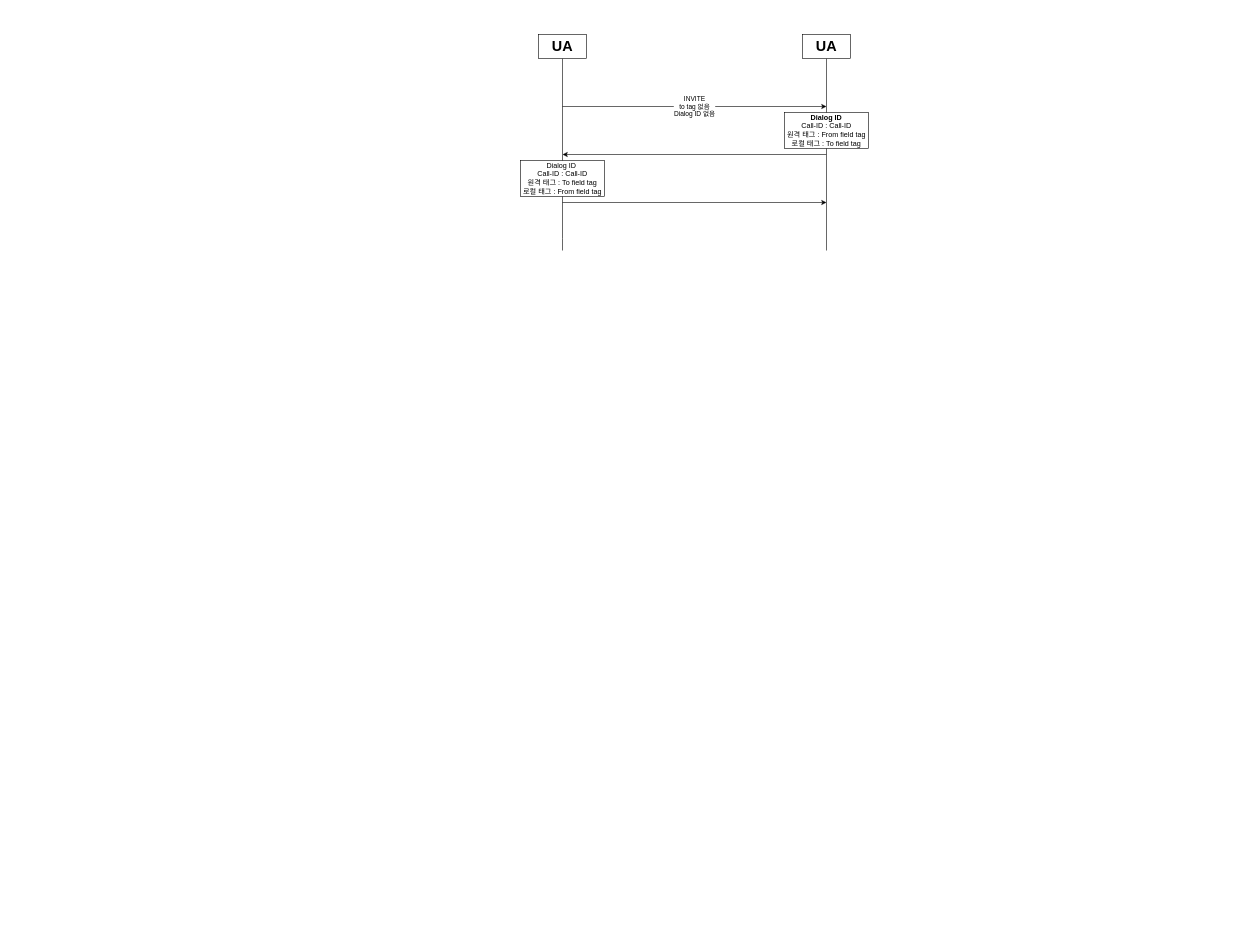
The draw.io diagram 12장 Dialog.drawio in JaeHyeon774/NEWTIL, before the edit. Source tidied: cells renumbered, new cells numbered last; positions are measured from the earlier drawing's top-left corner, leaving out a move shared by most shapes. Both pictures are drawn from the tidied source at 60%, with x=0, y=0 at pixel (520, 34).
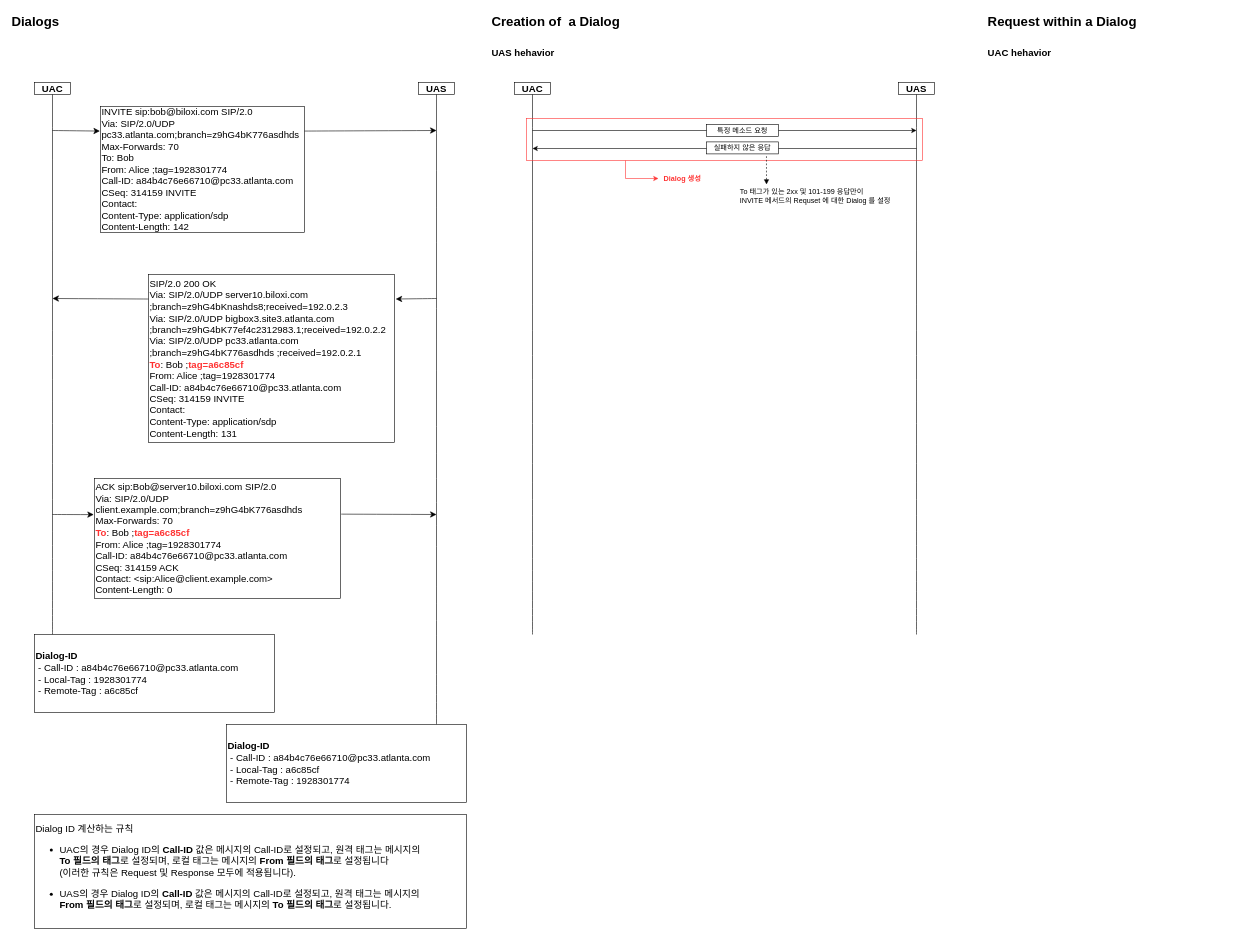
Above is the later version.

Commit message:
12장 Dialog.drawio 업데이트

Diff of the diagram source:
```diff
@@
-    <mxCell id="2" style="edgeStyle=orthogonalEdgeStyle;rounded=0;jettySize=auto;html=1;exitX=0.5;exitY=1;exitDx=0;exitDy=0;endArrow=none;endFill=0;" parent="1" edge="1" source="3">
-      <mxGeometry relative="1" as="geometry">
-        <mxPoint x="70" y="360" as="targetPoint" />
-        <Array as="points">
-          <mxPoint x="70" y="340" />
-          <mxPoint x="70" y="340" />
-        </Array>
-      </mxGeometry>
-    </mxCell>
-    <mxCell id="3" value="&lt;b&gt;&lt;font style=&quot;font-size: 24px;&quot;&gt;UA&lt;/font&gt;&lt;/b&gt;" style="rounded=0;whiteSpace=wrap;html=1;" parent="1" vertex="1">
-      <mxGeometry x="30" width="80" height="40" as="geometry" />
-    </mxCell>
-    <mxCell id="4" style="edgeStyle=orthogonalEdgeStyle;rounded=0;jettySize=auto;html=1;exitX=0.5;exitY=1;exitDx=0;exitDy=0;endArrow=none;endFill=0;" parent="1" edge="1" source="5">
-      <mxGeometry relative="1" as="geometry">
-        <mxPoint x="510" y="360" as="targetPoint" />
-      </mxGeometry>
-    </mxCell>
-    <mxCell id="5" value="&lt;b&gt;&lt;font style=&quot;font-size: 24px;&quot;&gt;UA&lt;/font&gt;&lt;/b&gt;" style="rounded=0;whiteSpace=wrap;html=1;" parent="1" vertex="1">
-      <mxGeometry x="470" width="80" height="40" as="geometry" />
-    </mxCell>
-    <mxCell id="6" value="INVITE&lt;br&gt;to tag 없음&lt;br&gt;Dialog ID 없음" style="endArrow=classic;html=1;rounded=0;" parent="1" edge="1">
-      <mxGeometry relative="1" as="geometry">
-        <mxPoint x="70" y="120" as="sourcePoint" />
-        <mxPoint x="510" y="120" as="targetPoint" />
-      </mxGeometry>
-    </mxCell>
-    <mxCell id="7" value="&lt;b&gt;Dialog ID&lt;/b&gt;&lt;br&gt;Call-ID : Call-ID&lt;br&gt;원격 태그 : From field tag&lt;br&gt;로컬 태그 : To field tag" style="rounded=0;whiteSpace=wrap;html=1;" parent="1" vertex="1">
-      <mxGeometry x="440" y="130" width="140" height="60" as="geometry" />
-    </mxCell>
-    <mxCell id="8" style="endArrow=classic;html=1;rounded=0;" parent="1" edge="1">
-      <mxGeometry relative="1" as="geometry">
-        <mxPoint x="510" y="200" as="sourcePoint" />
-        <mxPoint x="70" y="200" as="targetPoint" />
-      </mxGeometry>
-    </mxCell>
-    <mxCell id="9" value="Dialog ID&amp;nbsp;&lt;br&gt;Call-ID : Call-ID&lt;br&gt;원격 태그 : To field tag&lt;br&gt;로컬 태그 : From field tag" style="rounded=0;whiteSpace=wrap;html=1;" parent="1" vertex="1">
-      <mxGeometry y="210" width="140" height="60" as="geometry" />
-    </mxCell>
-    <mxCell id="10" style="endArrow=classic;html=1;rounded=0;" parent="1" edge="1">
-      <mxGeometry relative="1" as="geometry">
-        <mxPoint x="70" y="280" as="sourcePoint" />
-        <mxPoint x="510" y="280" as="targetPoint" />
-      </mxGeometry>
-    </mxCell>
+    <mxCell id="11" value="&lt;span style=&quot;font-size: 22px;&quot;&gt;&lt;b&gt;Creation of&amp;nbsp; a Dialog&lt;/b&gt;&lt;/span&gt;" style="text;html=1;strokeColor=none;fillColor=none;align=left;verticalAlign=middle;whiteSpace=wrap;rounded=0;fontSize=16;" parent="1" vertex="1">
+      <mxGeometry x="-50" y="-40" width="400" height="40" as="geometry" />
+    </mxCell>
+    <mxCell id="12" value="&lt;b style=&quot;&quot;&gt;&lt;font style=&quot;font-size: 16px;&quot;&gt;UAS hehavior&lt;/font&gt;&lt;/b&gt;" style="text;html=1;strokeColor=none;fillColor=none;align=left;verticalAlign=middle;whiteSpace=wrap;rounded=0;fontSize=16;" parent="1" vertex="1">
+      <mxGeometry x="-50" y="20" width="400" height="20" as="geometry" />
+    </mxCell>
+    <mxCell id="13" value="&lt;span style=&quot;font-size: 22px;&quot;&gt;&lt;b&gt;Request within a Dialog&lt;/b&gt;&lt;/span&gt;" style="text;html=1;strokeColor=none;fillColor=none;align=left;verticalAlign=middle;whiteSpace=wrap;rounded=0;fontSize=16;" parent="1" vertex="1">
+      <mxGeometry x="777" y="-40" width="400" height="40" as="geometry" />
+    </mxCell>
+    <mxCell id="14" value="&lt;b style=&quot;&quot;&gt;&lt;font style=&quot;font-size: 16px;&quot;&gt;UAC hehavior&lt;/font&gt;&lt;/b&gt;" style="text;html=1;strokeColor=none;fillColor=none;align=left;verticalAlign=middle;whiteSpace=wrap;rounded=0;fontSize=16;" parent="1" vertex="1">
+      <mxGeometry x="777" y="20" width="400" height="20" as="geometry" />
+    </mxCell>
+    <mxCell id="15" value="&lt;b&gt;UAC&lt;/b&gt;" style="rounded=0;whiteSpace=wrap;html=1;fontSize=16;" parent="1" vertex="1">
+      <mxGeometry x="-810" y="80" width="60" height="20" as="geometry" />
+    </mxCell>
+    <mxCell id="16" value="&lt;b&gt;UAS&lt;/b&gt;" style="rounded=0;whiteSpace=wrap;html=1;fontSize=16;" parent="1" vertex="1">
+      <mxGeometry x="-170" y="80" width="60" height="20" as="geometry" />
+    </mxCell>
+    <mxCell id="17" style="endArrow=none;html=1;rounded=0;fontSize=12;startSize=8;endSize=8;curved=1;entryX=0.5;entryY=1;entryDx=0;entryDy=0;" parent="1" edge="1" target="15">
+      <mxGeometry relative="1" as="geometry">
+        <mxPoint x="-780" y="1000" as="sourcePoint" />
+      </mxGeometry>
+    </mxCell>
+    <mxCell id="18" style="endArrow=none;html=1;rounded=0;fontSize=12;startSize=8;endSize=8;curved=1;entryX=0.5;entryY=1;entryDx=0;entryDy=0;" parent="1" edge="1" target="16">
+      <mxGeometry relative="1" as="geometry">
+        <mxPoint x="-140" y="1150" as="sourcePoint" />
+      </mxGeometry>
+    </mxCell>
+    <mxCell id="19" style="endArrow=classic;html=1;rounded=0;fontSize=12;startSize=8;endSize=8;curved=1;exitX=0.997;exitY=0.195;exitDx=0;exitDy=0;exitPerimeter=0;" parent="1" edge="1" source="21">
+      <mxGeometry relative="1" as="geometry">
+        <mxPoint x="-140" y="160" as="targetPoint" />
+      </mxGeometry>
+    </mxCell>
+    <mxCell id="20" style="endArrow=classic;html=1;rounded=0;fontSize=12;startSize=8;endSize=8;curved=1;entryX=-0.003;entryY=0.195;entryDx=0;entryDy=0;entryPerimeter=0;" parent="1" edge="1" target="21">
+      <mxGeometry relative="1" as="geometry">
+        <mxPoint x="-780" y="160" as="sourcePoint" />
+      </mxGeometry>
+    </mxCell>
+    <mxCell id="21" value="INVITE sip:bob@biloxi.com SIP/2.0&lt;br style=&quot;border-color: var(--border-color);&quot;&gt;&lt;span style=&quot;&quot;&gt;Via: SIP/2.0/UDP pc33.atlanta.com;branch=z9hG4bK776asdhds&lt;/span&gt;&lt;br style=&quot;border-color: var(--border-color);&quot;&gt;&lt;span style=&quot;&quot;&gt;Max-Forwards: 70&lt;/span&gt;&lt;br style=&quot;border-color: var(--border-color);&quot;&gt;&lt;span style=&quot;&quot;&gt;To: Bob&lt;/span&gt;&lt;br style=&quot;border-color: var(--border-color);&quot;&gt;&lt;span style=&quot;&quot;&gt;From: Alice ;tag=1928301774&lt;/span&gt;&lt;br style=&quot;border-color: var(--border-color);&quot;&gt;&lt;span style=&quot;&quot;&gt;Call-ID: a84b4c76e66710@pc33.atlanta.com&lt;/span&gt;&lt;br style=&quot;border-color: var(--border-color);&quot;&gt;&lt;span style=&quot;&quot;&gt;CSeq: 314159 INVITE&lt;/span&gt;&lt;br style=&quot;border-color: var(--border-color);&quot;&gt;&lt;span style=&quot;&quot;&gt;Contact:&lt;/span&gt;&lt;br style=&quot;border-color: var(--border-color);&quot;&gt;&lt;span style=&quot;&quot;&gt;Content-Type: application/sdp&lt;/span&gt;&lt;br style=&quot;border-color: var(--border-color);&quot;&gt;&lt;span style=&quot;&quot;&gt;Content-Length: 142&amp;nbsp;&lt;/span&gt;" style="rounded=0;whiteSpace=wrap;html=1;fontSize=16;align=left;" parent="1" vertex="1">
+      <mxGeometry x="-700" y="120" width="340" height="210" as="geometry" />
+    </mxCell>
+    <mxCell id="22" style="endArrow=classic;html=1;rounded=0;fontSize=12;startSize=8;endSize=8;curved=1;exitX=0.002;exitY=0.146;exitDx=0;exitDy=0;exitPerimeter=0;" parent="1" edge="1" source="24">
+      <mxGeometry relative="1" as="geometry">
+        <mxPoint x="-780" y="440" as="targetPoint" />
+      </mxGeometry>
+    </mxCell>
+    <mxCell id="23" style="endArrow=classic;html=1;rounded=0;fontSize=12;startSize=8;endSize=8;curved=1;entryX=1.005;entryY=0.146;entryDx=0;entryDy=0;entryPerimeter=0;" parent="1" edge="1" target="24">
+      <mxGeometry relative="1" as="geometry">
+        <mxPoint x="-140" y="440" as="sourcePoint" />
+      </mxGeometry>
+    </mxCell>
+    <mxCell id="24" value="SIP/2.0 200 OK&lt;br&gt; Via: SIP/2.0/UDP server10.biloxi.com&lt;br&gt; ;branch=z9hG4bKnashds8;received=192.0.2.3&lt;br&gt; Via: SIP/2.0/UDP bigbox3.site3.atlanta.com&lt;br&gt; ;branch=z9hG4bK77ef4c2312983.1;received=192.0.2.2&lt;br&gt; Via: SIP/2.0/UDP pc33.atlanta.com&lt;br&gt; ;branch=z9hG4bK776asdhds ;received=192.0.2.1&lt;br&gt;&lt;b style=&quot;background-color: rgb(255, 255, 255);&quot;&gt;&lt;font color=&quot;#ff3333&quot;&gt; To&lt;/font&gt;&lt;/b&gt;: Bob ;&lt;font color=&quot;#ff3333&quot;&gt;&lt;b&gt;tag=a6c85cf&lt;/b&gt;&lt;/font&gt;&lt;br&gt; From: Alice ;tag=1928301774&lt;br&gt; Call-ID: a84b4c76e66710@pc33.atlanta.com&lt;br&gt; CSeq: 314159 INVITE&lt;br&gt; Contact: &lt;br&gt; Content-Type: application/sdp&lt;br&gt; Content-Length: 131&amp;nbsp;" style="rounded=0;whiteSpace=wrap;html=1;fontSize=16;align=left;" parent="1" vertex="1">
+      <mxGeometry x="-620" y="400" width="410" height="280" as="geometry" />
+    </mxCell>
+    <mxCell id="25" value="&lt;b&gt;Dialog-ID&lt;/b&gt;&lt;br&gt;&amp;nbsp;- Call-ID : a84b4c76e66710@pc33.atlanta.com&lt;br&gt;&amp;nbsp;- Local-Tag : 1928301774&lt;br&gt;&amp;nbsp;- Remote-Tag :&amp;nbsp;&lt;span style=&quot;border-color: var(--border-color);&quot;&gt;&lt;font style=&quot;border-color: var(--border-color);&quot;&gt;a6c85cf&lt;/font&gt;&lt;/span&gt;" style="rounded=0;whiteSpace=wrap;html=1;fontSize=16;align=left;" parent="1" vertex="1">
+      <mxGeometry x="-810" y="1000" width="400" height="130" as="geometry" />
+    </mxCell>
+    <mxCell id="26" value="&lt;b&gt;Dialog-ID&lt;/b&gt;&lt;br style=&quot;border-color: var(--border-color);&quot;&gt;&amp;nbsp;- Call-ID : a84b4c76e66710@pc33.atlanta.com&lt;br style=&quot;border-color: var(--border-color);&quot;&gt;&amp;nbsp;- Local-Tag : a6c85cf&lt;br style=&quot;border-color: var(--border-color);&quot;&gt;&amp;nbsp;- Remote-Tag : 1928301774" style="rounded=0;whiteSpace=wrap;html=1;fontSize=16;align=left;" parent="1" vertex="1">
+      <mxGeometry x="-490" y="1150" width="400" height="130" as="geometry" />
+    </mxCell>
+    <mxCell id="27" style="endArrow=classic;html=1;rounded=0;fontSize=12;startSize=8;endSize=8;curved=1;exitX=1.003;exitY=0.297;exitDx=0;exitDy=0;exitPerimeter=0;" parent="1" edge="1" source="29">
+      <mxGeometry relative="1" as="geometry">
+        <mxPoint x="-140" y="800" as="targetPoint" />
+      </mxGeometry>
+    </mxCell>
+    <mxCell id="28" style="endArrow=classic;html=1;rounded=0;fontSize=12;startSize=8;endSize=8;curved=1;entryX=-0.003;entryY=0.301;entryDx=0;entryDy=0;entryPerimeter=0;" parent="1" edge="1" target="29">
+      <mxGeometry relative="1" as="geometry">
+        <mxPoint x="-780" y="800" as="sourcePoint" />
+      </mxGeometry>
+    </mxCell>
+    <mxCell id="29" value="ACK sip:Bob@server10.biloxi.com SIP/2.0&lt;br&gt;Via: SIP/2.0/UDP client.example.com;branch=z9hG4bK776asdhds&lt;br&gt;Max-Forwards: 70&lt;br&gt;&lt;font color=&quot;#ff3333&quot;&gt;&lt;b&gt;To&lt;/b&gt;&lt;/font&gt;: Bob ;&lt;b&gt;&lt;font color=&quot;#ff3333&quot;&gt;tag=a6c85cf&lt;/font&gt;&lt;/b&gt;&lt;br&gt;From: Alice ;tag=1928301774&lt;br&gt;Call-ID: a84b4c76e66710@pc33.atlanta.com&lt;br&gt;CSeq: 314159 ACK&lt;br&gt;Contact: &amp;lt;sip:Alice@client.example.com&amp;gt;&lt;br&gt;Content-Length: 0" style="rounded=0;whiteSpace=wrap;html=1;fontSize=16;align=left;" parent="1" vertex="1">
+      <mxGeometry x="-710" y="740" width="410" height="200" as="geometry" />
+    </mxCell>
+    <mxCell id="30" value="Dialog ID 계산하는 규칙&lt;br&gt;&lt;ul class=&quot;ak-ul&quot;&gt;&lt;li&gt;&lt;p&gt;UAC의 경우 Dialog  ID의 &lt;strong&gt;Call-ID &lt;/strong&gt;값은 메시지의 Call-ID로 설정되고, 원격 태그는 메시지의&lt;strong&gt; &lt;br&gt;To 필드의 태그&lt;/strong&gt;로 설정되며, 로컬 태그는 메시지의 &lt;strong&gt;From 필드의 태그&lt;/strong&gt;로 설정됩니다&lt;br&gt;(이러한 규칙은 Request 및 Response 모두에 적용됩니다). &lt;/p&gt;&lt;/li&gt;&lt;li&gt;&lt;p&gt;UAS의 경우 Dialog  ID의&lt;strong&gt; Call-ID&lt;/strong&gt; 값은 메시지의 Call-ID로 설정되고, 원격 태그는 메시지의 &lt;br&gt;&lt;strong&gt;From 필드의 태그&lt;/strong&gt;로 설정되며, 로컬 태그는 메시지의 &lt;strong&gt;To 필드의 태그&lt;/strong&gt;로 설정됩니다.&lt;/p&gt;&lt;/li&gt;&lt;/ul&gt;" style="rounded=0;whiteSpace=wrap;html=1;fontSize=16;align=left;" parent="1" vertex="1">
+      <mxGeometry x="-810" y="1300" width="720" height="190" as="geometry" />
+    </mxCell>
+    <mxCell id="31" value="&lt;span style=&quot;font-size: 22px;&quot;&gt;&lt;b&gt;Dialogs&lt;/b&gt;&lt;/span&gt;" style="text;html=1;strokeColor=none;fillColor=none;align=left;verticalAlign=middle;whiteSpace=wrap;rounded=0;fontSize=16;" parent="1" vertex="1">
+      <mxGeometry x="-850" y="-40" width="400" height="40" as="geometry" />
+    </mxCell>
+    <mxCell id="32" value="&lt;b&gt;UAC&lt;/b&gt;" style="rounded=0;whiteSpace=wrap;html=1;fontSize=16;" parent="1" vertex="1">
+      <mxGeometry x="-10" y="80" width="60" height="20" as="geometry" />
+    </mxCell>
+    <mxCell id="33" value="&lt;b&gt;UAS&lt;/b&gt;" style="rounded=0;whiteSpace=wrap;html=1;fontSize=16;" parent="1" vertex="1">
+      <mxGeometry x="630" y="80" width="60" height="20" as="geometry" />
+    </mxCell>
+    <mxCell id="34" style="endArrow=none;html=1;rounded=0;fontSize=12;startSize=8;endSize=8;curved=1;entryX=0.5;entryY=1;entryDx=0;entryDy=0;" parent="1" edge="1" target="32">
+      <mxGeometry relative="1" as="geometry">
+        <mxPoint x="20" y="1000" as="sourcePoint" />
+      </mxGeometry>
+    </mxCell>
+    <mxCell id="35" style="endArrow=none;html=1;rounded=0;fontSize=12;startSize=8;endSize=8;curved=1;entryX=0.5;entryY=1;entryDx=0;entryDy=0;" parent="1" edge="1" target="33">
+      <mxGeometry relative="1" as="geometry">
+        <mxPoint x="660" y="1000" as="sourcePoint" />
+      </mxGeometry>
+    </mxCell>
+    <mxCell id="36" style="endArrow=classic;html=1;rounded=0;" parent="1" edge="1">
+      <mxGeometry relative="1" as="geometry">
+        <mxPoint x="20" y="160" as="sourcePoint" />
+        <mxPoint x="660" y="160" as="targetPoint" />
+      </mxGeometry>
+    </mxCell>
+    <mxCell id="37" value="특정 메소드 요청" style="rounded=0;whiteSpace=wrap;html=1;" parent="1" vertex="1">
+      <mxGeometry x="310" y="150" width="120" height="20" as="geometry" />
+    </mxCell>
+    <mxCell id="38" style="endArrow=classic;html=1;rounded=0;" parent="1" edge="1">
+      <mxGeometry relative="1" as="geometry">
+        <mxPoint x="660" y="190" as="sourcePoint" />
+        <mxPoint x="20" y="190" as="targetPoint" />
+      </mxGeometry>
+    </mxCell>
+    <mxCell id="39" value="실패하지 않은 응답" style="rounded=0;whiteSpace=wrap;html=1;" parent="1" vertex="1">
+      <mxGeometry x="310" y="179" width="120" height="20" as="geometry" />
+    </mxCell>
+    <mxCell id="40" style="edgeStyle=orthogonalEdgeStyle;rounded=0;jettySize=auto;html=1;exitX=0.25;exitY=1;exitDx=0;exitDy=0;strokeColor=#FF3333;" parent="1" edge="1" source="41">
+      <mxGeometry relative="1" as="geometry">
+        <mxPoint x="230" y="240" as="targetPoint" />
+        <Array as="points">
+          <mxPoint x="175" y="240" />
+        </Array>
+      </mxGeometry>
+    </mxCell>
+    <mxCell id="41" style="rounded=0;whiteSpace=wrap;html=1;fillColor=none;strokeColor=#FF3333;" parent="1" vertex="1">
+      <mxGeometry x="10" y="140" width="660" height="70" as="geometry" />
+    </mxCell>
+    <mxCell id="42" value="&lt;b&gt;&lt;font color=&quot;#ff3333&quot;&gt;Dialog 생성&lt;/font&gt;&lt;/b&gt;" style="text;html=1;strokeColor=none;fillColor=none;align=center;verticalAlign=middle;whiteSpace=wrap;rounded=0;" parent="1" vertex="1">
+      <mxGeometry x="230" y="225" width="80" height="30" as="geometry" />
+    </mxCell>
+    <mxCell id="43" style="endArrow=none;dashed=1;html=1;rounded=0;entryX=0.606;entryY=0.857;entryDx=0;entryDy=0;entryPerimeter=0;endFill=0;startArrow=block;startFill=1;" parent="1" edge="1" target="41">
+      <mxGeometry relative="1" as="geometry">
+        <mxPoint x="410" y="250" as="sourcePoint" />
+      </mxGeometry>
+    </mxCell>
+    <mxCell id="44" value="&lt;p&gt;To 태그가 있는 2xx 및 101-199 응답만이&lt;br&gt;&lt;span style=&quot;background-color: initial;&quot;&gt;INVITE 메서드의 Requset 에 대한 Dialog 를 설정&lt;/span&gt;&lt;/p&gt;" style="text;html=1;strokeColor=none;fillColor=none;align=left;verticalAlign=middle;whiteSpace=wrap;rounded=0;" parent="1" vertex="1">
+      <mxGeometry x="364" y="255" width="320" height="30" as="geometry" />
+    </mxCell>
```
